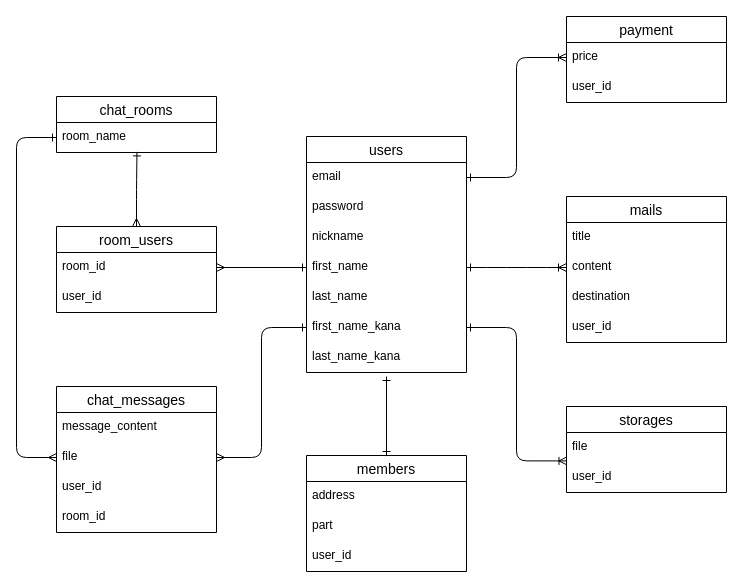
This is ER.dio from soya0128/Comcon, a draw.io file, before an edit. Source tidied: cells renumbered, new cells numbered last; positions are measured from the earlier drawing's top-left corner, leaving out a move shared by most shapes. Both pictures are drawn from the tidied source at 100%, with x=0, y=0 at pixel (16, 16).
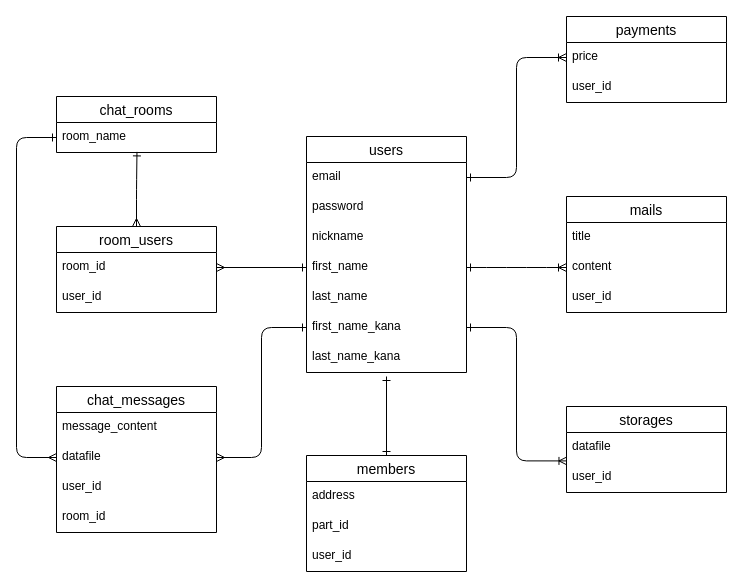
After the change.

The change refers to these unchanged cells:
```xml
<mxCell id="12" value="members" style="swimlane;fontStyle=0;horizontal=1;startSize=26;align=center;fontSize=14;" parent="1" vertex="1">
  <mxGeometry x="290" y="439" width="160" height="116" as="geometry" />
</mxCell>
<mxCell id="24" value="storages" style="swimlane;fontStyle=0;horizontal=1;startSize=26;align=center;fontSize=14;" parent="1" vertex="1">
  <mxGeometry x="550" y="390" width="160" height="86" as="geometry" />
</mxCell>
<mxCell id="33" value="chat_messages" style="swimlane;fontStyle=0;horizontal=1;startSize=26;align=center;fontSize=14;" parent="1" vertex="1">
  <mxGeometry x="40" y="370" width="160" height="146" as="geometry" />
</mxCell>
```

Change to the diagram source:
```diff
@@
-    <mxCell id="14" value="part" style="text;strokeColor=none;fillColor=none;spacingLeft=4;spacingRight=4;overflow=hidden;fontSize=12;" parent="12" vertex="1">
+    <mxCell id="14" value="part_id" style="text;strokeColor=none;fillColor=none;spacingLeft=4;spacingRight=4;overflow=hidden;fontSize=12;" parent="12" vertex="1">
       <mxGeometry y="56" width="160" height="30" as="geometry" />
     </mxCell>
@@
-    <mxCell id="16" value="payment" style="swimlane;fontStyle=0;horizontal=1;startSize=26;align=center;fontSize=14;" parent="1" vertex="1">
+    <mxCell id="16" value="payments" style="swimlane;fontStyle=0;horizontal=1;startSize=26;align=center;fontSize=14;" parent="1" vertex="1">
       <mxGeometry x="550" width="160" height="86" as="geometry" />
     </mxCell>
@@
     <mxCell id="19" value="mails" style="swimlane;fontStyle=0;horizontal=1;startSize=26;align=center;fontSize=14;" parent="1" vertex="1">
-      <mxGeometry x="550" y="180" width="160" height="146" as="geometry" />
+      <mxGeometry x="550" y="180" width="160" height="116" as="geometry" />
     </mxCell>
@@
-    <mxCell id="22" value="destination" style="text;strokeColor=none;fillColor=none;spacingLeft=4;spacingRight=4;overflow=hidden;fontSize=12;" parent="19" vertex="1">
-      <mxGeometry y="86" width="160" height="30" as="geometry" />
-    </mxCell>
     <mxCell id="23" value="user_id" style="text;strokeColor=none;fillColor=none;spacingLeft=4;spacingRight=4;overflow=hidden;fontSize=12;" parent="19" vertex="1">
-      <mxGeometry y="116" width="160" height="30" as="geometry" />
+      <mxGeometry y="86" width="160" height="30" as="geometry" />
     </mxCell>
@@
-    <mxCell id="25" value="file" style="text;strokeColor=none;fillColor=none;spacingLeft=4;spacingRight=4;overflow=hidden;fontSize=12;" parent="24" vertex="1">
+    <mxCell id="25" value="datafile" style="text;strokeColor=none;fillColor=none;spacingLeft=4;spacingRight=4;overflow=hidden;fontSize=12;" parent="24" vertex="1">
       <mxGeometry y="26" width="160" height="30" as="geometry" />
     </mxCell>
@@
-    <mxCell id="35" value="file" style="text;strokeColor=none;fillColor=none;spacingLeft=4;spacingRight=4;overflow=hidden;points=[[0,0.5],[1,0.5]];portConstraint=eastwest;fontSize=12;" parent="33" vertex="1">
+    <mxCell id="35" value="datafile" style="text;strokeColor=none;fillColor=none;spacingLeft=4;spacingRight=4;overflow=hidden;points=[[0,0.5],[1,0.5]];portConstraint=eastwest;fontSize=12;" parent="33" vertex="1">
       <mxGeometry y="56" width="160" height="30" as="geometry" />
     </mxCell>
```
